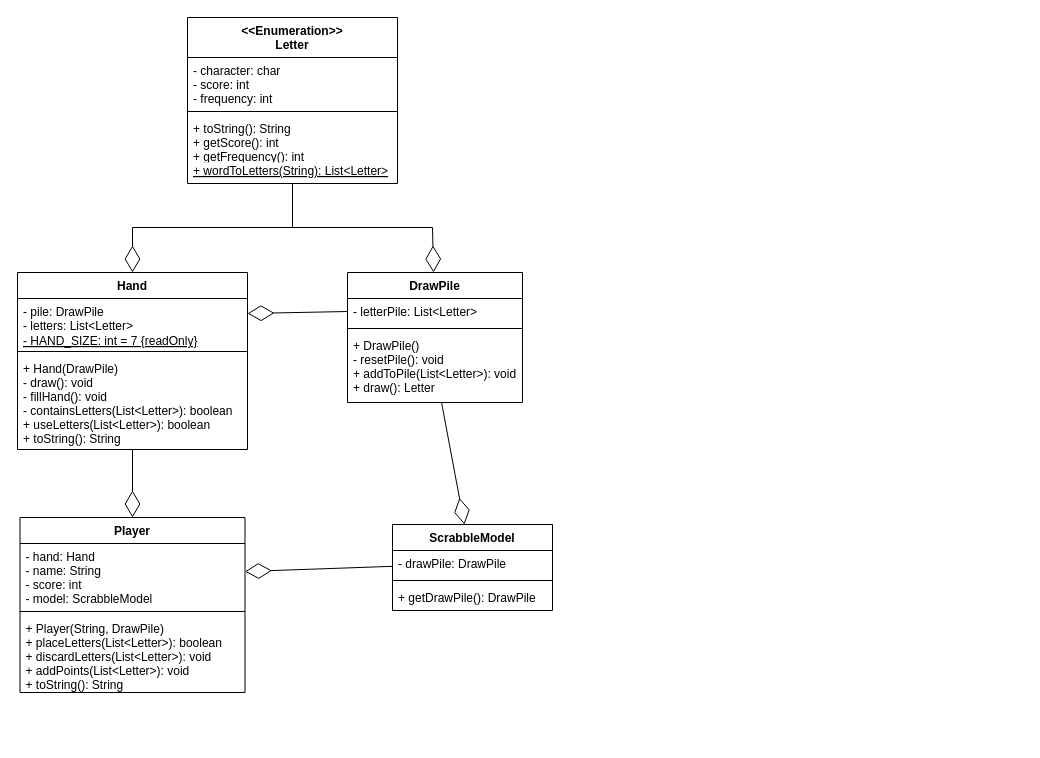
Earlier version of the draw.io diagram src/ScuffleUML.drawio (trk20/Scuffle). Source tidied: cells renumbered, new cells numbered last; positions are measured from the earlier drawing's top-left corner, leaving out a move shared by most shapes. Both pictures are drawn from the tidied source at 100%, with x=0, y=0 at pixel (17, 17).
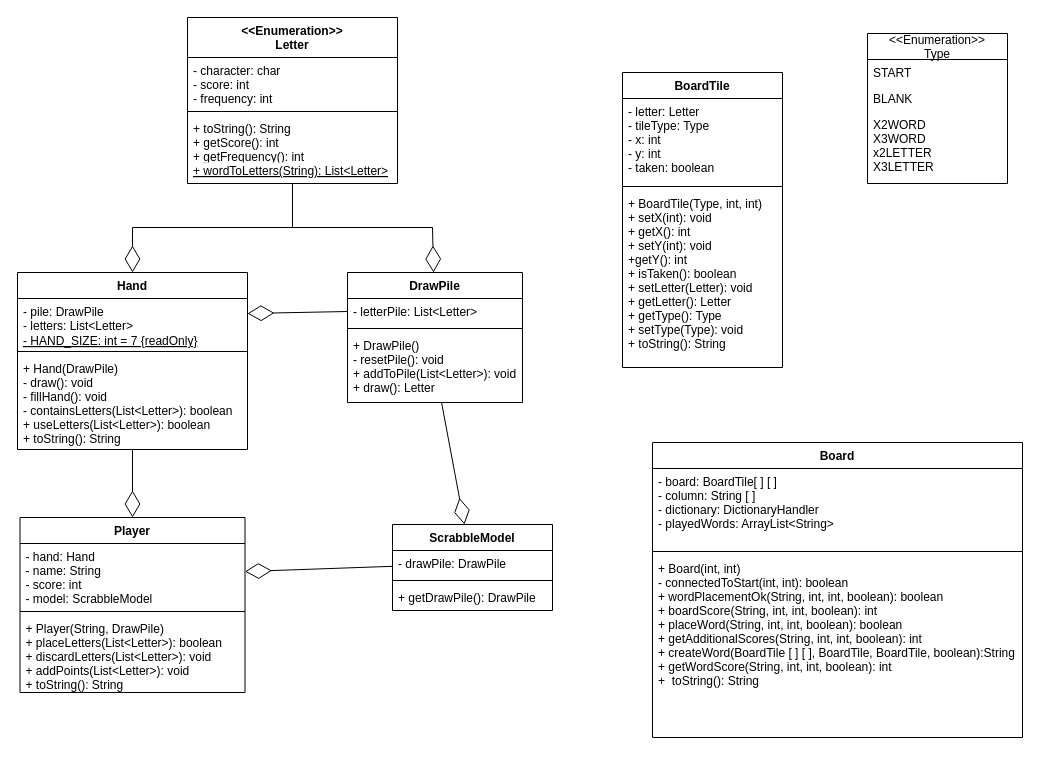
Above is the later version.

Commit message (it also covers changes not shown here):
adding UML for BoardTile and Board

The edit, as a diff of the source:
```diff
@@
+    <mxCell id="33" value="BoardTile" style="swimlane;fontStyle=1;align=center;verticalAlign=top;horizontal=1;startSize=26;" parent="1" vertex="1">
+      <mxGeometry x="605" y="55" width="160" height="295" as="geometry" />
+    </mxCell>
+    <mxCell id="34" value="- letter: Letter&#10;- tileType: Type&#10;- x: int&#10;- y: int&#10;- taken: boolean" style="text;strokeColor=none;fillColor=none;align=left;verticalAlign=top;spacingLeft=4;spacingRight=4;overflow=hidden;" parent="33" vertex="1">
+      <mxGeometry y="26" width="160" height="84" as="geometry" />
+    </mxCell>
+    <mxCell id="35" style="line;strokeWidth=1;fillColor=none;align=left;verticalAlign=middle;spacingTop=-1;spacingLeft=3;spacingRight=3;labelPosition=right;" parent="33" vertex="1">
+      <mxGeometry y="110" width="160" height="8" as="geometry" />
+    </mxCell>
+    <mxCell id="36" value="+ BoardTile(Type, int, int)&#10;+ setX(int): void&#10;+ getX(): int&#10;+ setY(int): void&#10;+getY(): int&#10;+ isTaken(): boolean&#10;+ setLetter(Letter): void&#10;+ getLetter(): Letter&#10;+ getType(): Type&#10;+ setType(Type): void&#10;+ toString(): String" style="text;strokeColor=none;fillColor=none;align=left;verticalAlign=top;spacingLeft=4;spacingRight=4;overflow=hidden;" parent="33" vertex="1">
+      <mxGeometry y="118" width="160" height="177" as="geometry" />
+    </mxCell>
+    <mxCell id="37" value="&lt;&lt;Enumeration&gt;&gt;&#10;Type" style="swimlane;fontStyle=0;horizontal=1;startSize=26;fillColor=none;" parent="1" vertex="1">
+      <mxGeometry x="850" y="16" width="140" height="150" as="geometry" />
+    </mxCell>
+    <mxCell id="38" value="START" style="text;strokeColor=none;fillColor=none;align=left;verticalAlign=top;spacingLeft=4;spacingRight=4;overflow=hidden;" parent="37" vertex="1">
+      <mxGeometry y="26" width="140" height="26" as="geometry" />
+    </mxCell>
+    <mxCell id="39" value="BLANK" style="text;strokeColor=none;fillColor=none;align=left;verticalAlign=top;spacingLeft=4;spacingRight=4;overflow=hidden;" parent="37" vertex="1">
+      <mxGeometry y="52" width="140" height="26" as="geometry" />
+    </mxCell>
+    <mxCell id="40" value="X2WORD&#10;X3WORD&#10;x2LETTER&#10;X3LETTER" style="text;strokeColor=none;fillColor=none;align=left;verticalAlign=top;spacingLeft=4;spacingRight=4;overflow=hidden;" parent="37" vertex="1">
+      <mxGeometry y="78" width="140" height="72" as="geometry" />
+    </mxCell>
+    <mxCell id="41" value="Board" style="swimlane;fontStyle=1;align=center;verticalAlign=top;horizontal=1;startSize=26;" parent="1" vertex="1">
+      <mxGeometry x="635" y="425" width="370" height="295" as="geometry" />
+    </mxCell>
+    <mxCell id="42" value="- board: BoardTile[ ] [ ]&#10;- column: String [ ]&#10;- dictionary: DictionaryHandler&#10;- playedWords: ArrayList&lt;String&gt;&#10;" style="text;strokeColor=none;fillColor=none;align=left;verticalAlign=top;spacingLeft=4;spacingRight=4;overflow=hidden;" parent="41" vertex="1">
+      <mxGeometry y="26" width="370" height="79" as="geometry" />
+    </mxCell>
+    <mxCell id="43" style="line;strokeWidth=1;fillColor=none;align=left;verticalAlign=middle;spacingTop=-1;spacingLeft=3;spacingRight=3;labelPosition=right;" parent="41" vertex="1">
+      <mxGeometry y="105" width="370" height="8" as="geometry" />
+    </mxCell>
+    <mxCell id="44" value="+ Board(int, int)&#10;- connectedToStart(int, int): boolean&#10;+ wordPlacementOk(String, int, int, boolean): boolean&#10;+ boardScore(String, int, int, boolean): int&#10;+ placeWord(String, int, int, boolean): boolean&#10;+ getAdditionalScores(String, int, int, boolean): int&#10;+ createWord(BoardTile [ ] [ ], BoardTile, BoardTile, boolean):String&#10;+ getWordScore(String, int, int, boolean): int&#10;+  toString(): String&#10;" style="text;strokeColor=none;fillColor=none;align=left;verticalAlign=top;spacingLeft=4;spacingRight=4;overflow=hidden;" parent="41" vertex="1">
+      <mxGeometry y="113" width="370" height="182" as="geometry" />
+    </mxCell>
```
